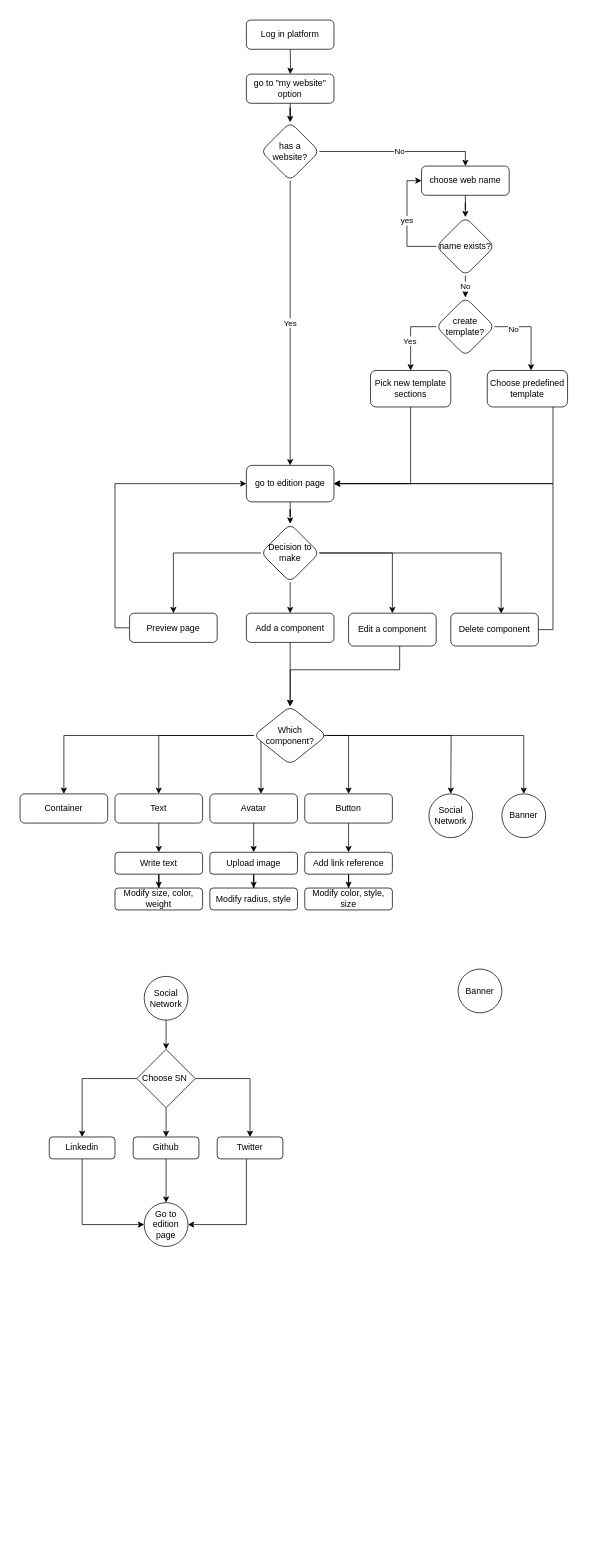
This is components.drawio from richruizv/platzi_master_startup, a draw.io file, before an edit. Source tidied: cells renumbered, new cells numbered last; positions are measured from the earlier drawing's top-left corner, leaving out a move shared by most shapes. Both pictures are drawn from the tidied source at 73%, with x=0, y=0 at pixel (20, 20).
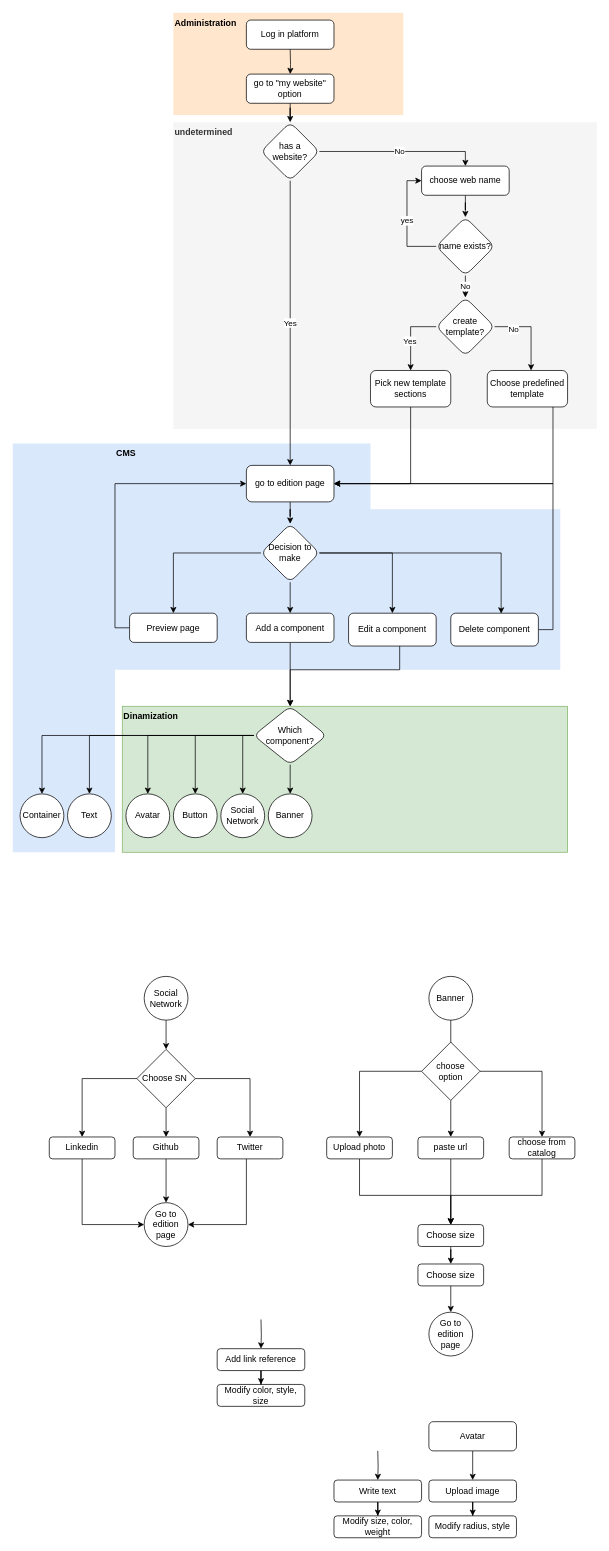
After the change.

The change refers to these unchanged cells:
```xml
<mxCell id="42" value="Which component?" style="rhombus;whiteSpace=wrap;html=1;rounded=1;" parent="1" vertex="1">
  <mxGeometry x="320" y="940" width="100" height="80" as="geometry" />
</mxCell>
```

The edit, as a diff of the source:
```diff
@@
+    <mxCell id="77" value="&lt;b&gt;Dinamization&lt;/b&gt;" style="rounded=0;whiteSpace=wrap;html=1;fillColor=#d5e8d4;strokeColor=#82b366;align=left;verticalAlign=top;" parent="1" vertex="1">
+      <mxGeometry x="140" y="940" width="610" height="200" as="geometry" />
+    </mxCell>
+    <mxCell id="78" style="rounded=0;whiteSpace=wrap;html=1;fillColor=#dae8fc;strokeColor=none;" parent="1" vertex="1">
+      <mxGeometry x="-10" y="580" width="140" height="560" as="geometry" />
+    </mxCell>
+    <mxCell id="79" value="&lt;b&gt;undetermined&lt;/b&gt;" style="rounded=0;whiteSpace=wrap;html=1;fillColor=#f5f5f5;fontColor=#333333;strokeColor=none;align=left;verticalAlign=top;" parent="1" vertex="1">
+      <mxGeometry x="210" y="140" width="580" height="420" as="geometry" />
+    </mxCell>
+    <mxCell id="80" value="&lt;b&gt;Administration&lt;/b&gt;" style="rounded=0;whiteSpace=wrap;html=1;fillColor=#ffe6cc;strokeColor=none;align=left;verticalAlign=top;" parent="1" vertex="1">
+      <mxGeometry x="210" y="-10" width="315" height="140" as="geometry" />
+    </mxCell>
+    <mxCell id="81" style="rounded=0;whiteSpace=wrap;html=1;fillColor=#dae8fc;strokeColor=none;" parent="1" vertex="1">
+      <mxGeometry x="130" y="670" width="610" height="220" as="geometry" />
+    </mxCell>
+    <mxCell id="82" value="&lt;b&gt;CMS&lt;/b&gt;" style="rounded=0;whiteSpace=wrap;html=1;fillColor=#dae8fc;strokeColor=none;align=left;verticalAlign=top;" parent="1" vertex="1">
+      <mxGeometry x="130" y="580" width="350" height="100" as="geometry" />
+    </mxCell>
@@
+    <mxCell id="41" style="edgeStyle=orthogonalEdgeStyle;rounded=0;jettySize=auto;html=1;entryX=0.5;entryY=0;entryDx=0;entryDy=0;endArrow=classic;endFill=1;" parent="1" edge="1" source="42" target="75">
+      <mxGeometry relative="1" as="geometry" />
+    </mxCell>
-    <mxCell id="37" style="edgeStyle=orthogonalEdgeStyle;rounded=0;jettySize=auto;html=1;endArrow=classic;endFill=1;" parent="1" edge="1" source="42" target="47">
+    <mxCell id="37" style="edgeStyle=orthogonalEdgeStyle;rounded=0;jettySize=auto;html=1;exitX=0;exitY=0.5;exitDx=0;exitDy=0;" parent="1" edge="1" source="42" target="47">
       <mxGeometry relative="1" as="geometry" />
     </mxCell>
-    <mxCell id="38" style="edgeStyle=orthogonalEdgeStyle;rounded=0;jettySize=auto;html=1;exitX=1;exitY=0.5;exitDx=0;exitDy=0;endArrow=classic;endFill=1;" parent="1" edge="1" source="42" target="49">
-      <mxGeometry relative="1" as="geometry">
-        <Array as="points">
-          <mxPoint x="330" y="980" />
-        </Array>
-      </mxGeometry>
-    </mxCell>
+    <mxCell id="83" style="edgeStyle=orthogonalEdgeStyle;rounded=0;jettySize=auto;html=1;exitX=0;exitY=0.5;exitDx=0;exitDy=0;" parent="1" edge="1" source="42" target="61">
+      <mxGeometry relative="1" as="geometry">
+        <Array as="points">
+          <mxPoint x="305" y="980" />
+        </Array>
+      </mxGeometry>
+    </mxCell>
-    <mxCell id="39" style="edgeStyle=orthogonalEdgeStyle;rounded=0;jettySize=auto;html=1;exitX=1;exitY=0.5;exitDx=0;exitDy=0;endArrow=classic;endFill=1;" parent="1" edge="1" source="42" target="51">
+    <mxCell id="39" style="edgeStyle=orthogonalEdgeStyle;rounded=0;jettySize=auto;html=1;exitX=0;exitY=0.5;exitDx=0;exitDy=0;entryX=0.5;entryY=0;entryDx=0;entryDy=0;" parent="1" edge="1" source="42" target="51">
       <mxGeometry relative="1" as="geometry" />
     </mxCell>
-    <mxCell id="40" style="edgeStyle=orthogonalEdgeStyle;rounded=0;jettySize=auto;html=1;endArrow=classic;endFill=1;" parent="1" edge="1" source="42">
-      <mxGeometry relative="1" as="geometry">
-        <mxPoint x="590" y="1060" as="targetPoint" />
-      </mxGeometry>
-    </mxCell>
-    <mxCell id="41" style="edgeStyle=orthogonalEdgeStyle;rounded=0;jettySize=auto;html=1;entryX=0.5;entryY=0;entryDx=0;entryDy=0;endArrow=classic;endFill=1;" parent="1" edge="1" source="42" target="75">
-      <mxGeometry relative="1" as="geometry" />
-    </mxCell>
+    <mxCell id="84" style="edgeStyle=orthogonalEdgeStyle;rounded=0;jettySize=auto;html=1;exitX=0;exitY=0.5;exitDx=0;exitDy=0;entryX=0.5;entryY=0;entryDx=0;entryDy=0;" parent="1" edge="1" source="42" target="101">
+      <mxGeometry relative="1" as="geometry" />
+    </mxCell>
@@
-    <mxCell id="45" value="Container" style="whiteSpace=wrap;html=1;rounded=1;" parent="1" vertex="1">
-      <mxGeometry y="1060" width="120" height="40" as="geometry" />
-    </mxCell>
-    <mxCell id="46" style="edgeStyle=orthogonalEdgeStyle;rounded=0;jettySize=auto;html=1;endArrow=classic;endFill=1;" parent="1" edge="1" source="47" target="53">
-      <mxGeometry relative="1" as="geometry" />
+    <mxCell id="46" style="edgeStyle=orthogonalEdgeStyle;rounded=0;jettySize=auto;html=1;endArrow=classic;endFill=1;" parent="1" edge="1" target="53">
+      <mxGeometry relative="1" as="geometry">
+        <mxPoint x="490" y="1960" as="sourcePoint" />
+      </mxGeometry>
     </mxCell>
-    <mxCell id="47" value="Text" style="whiteSpace=wrap;html=1;rounded=1;" parent="1" vertex="1">
-      <mxGeometry x="130" y="1060" width="120" height="40" as="geometry" />
-    </mxCell>
@@
     <mxCell id="49" value="Avatar" style="whiteSpace=wrap;html=1;rounded=1;" parent="1" vertex="1">
-      <mxGeometry x="260" y="1060" width="120" height="40" as="geometry" />
+      <mxGeometry x="560" y="1920" width="120" height="40" as="geometry" />
     </mxCell>
-    <mxCell id="50" style="edgeStyle=orthogonalEdgeStyle;rounded=0;jettySize=auto;html=1;endArrow=classic;endFill=1;" parent="1" edge="1" source="51" target="59">
-      <mxGeometry relative="1" as="geometry" />
+    <mxCell id="50" style="edgeStyle=orthogonalEdgeStyle;rounded=0;jettySize=auto;html=1;endArrow=classic;endFill=1;" parent="1" edge="1" target="59">
+      <mxGeometry relative="1" as="geometry">
+        <mxPoint x="330" y="1780" as="sourcePoint" />
+      </mxGeometry>
     </mxCell>
-    <mxCell id="51" value="Button" style="whiteSpace=wrap;html=1;rounded=1;" parent="1" vertex="1">
-      <mxGeometry x="390" y="1060" width="120" height="40" as="geometry" />
-    </mxCell>
@@
     <mxCell id="53" value="Write text" style="whiteSpace=wrap;html=1;rounded=1;" parent="1" vertex="1">
-      <mxGeometry x="130" y="1140" width="120" height="30" as="geometry" />
+      <mxGeometry x="430" y="2000" width="120" height="30" as="geometry" />
     </mxCell>
     <mxCell id="54" value="Modify size, color, weight" style="whiteSpace=wrap;html=1;rounded=1;" parent="1" vertex="1">
-      <mxGeometry x="130" y="1189" width="120" height="30" as="geometry" />
+      <mxGeometry x="430" y="2049" width="120" height="30" as="geometry" />
     </mxCell>
@@
     <mxCell id="56" value="Upload image" style="whiteSpace=wrap;html=1;rounded=1;" parent="1" vertex="1">
-      <mxGeometry x="260" y="1140" width="120" height="30" as="geometry" />
+      <mxGeometry x="560" y="2000" width="120" height="30" as="geometry" />
     </mxCell>
     <mxCell id="57" value="Modify radius, style" style="whiteSpace=wrap;html=1;rounded=1;" parent="1" vertex="1">
-      <mxGeometry x="260" y="1189" width="120" height="30" as="geometry" />
+      <mxGeometry x="560" y="2049" width="120" height="30" as="geometry" />
     </mxCell>
@@
     <mxCell id="59" value="Add link reference" style="whiteSpace=wrap;html=1;rounded=1;" parent="1" vertex="1">
-      <mxGeometry x="390" y="1140" width="120" height="30" as="geometry" />
+      <mxGeometry x="270" y="1820" width="120" height="30" as="geometry" />
     </mxCell>
     <mxCell id="60" value="Modify color, style, size" style="whiteSpace=wrap;html=1;rounded=1;" parent="1" vertex="1">
-      <mxGeometry x="390" y="1189" width="120" height="30" as="geometry" />
+      <mxGeometry x="270" y="1869" width="120" height="30" as="geometry" />
     </mxCell>
     <mxCell id="61" value="Social Network" style="ellipse;whiteSpace=wrap;html=1;" parent="1" vertex="1">
-      <mxGeometry x="560" y="1060" width="60" height="60" as="geometry" />
+      <mxGeometry x="275" y="1060" width="60" height="60" as="geometry" />
     </mxCell>
@@
     <mxCell id="75" value="Banner" style="ellipse;whiteSpace=wrap;html=1;" parent="1" vertex="1">
-      <mxGeometry x="660" y="1060" width="60" height="60" as="geometry" />
+      <mxGeometry x="340" y="1060" width="60" height="60" as="geometry" />
     </mxCell>
     <mxCell id="76" value="Banner" style="ellipse;whiteSpace=wrap;html=1;" parent="1" vertex="1">
-      <mxGeometry x="600" y="1300" width="60" height="60" as="geometry" />
+      <mxGeometry x="560" y="1310" width="60" height="60" as="geometry" />
     </mxCell>
+    <mxCell id="85" style="endArrow=classic;html=1;rounded=0;exitX=0.5;exitY=1;exitDx=0;exitDy=0;" parent="1" edge="1" source="76">
+      <mxGeometry relative="1" as="geometry">
+        <mxPoint x="590" y="1430" as="targetPoint" />
+      </mxGeometry>
+    </mxCell>
+    <mxCell id="86" style="edgeStyle=orthogonalEdgeStyle;rounded=0;jettySize=auto;html=1;exitX=0;exitY=0.5;exitDx=0;exitDy=0;entryX=0.5;entryY=0;entryDx=0;entryDy=0;" parent="1" edge="1" source="89" target="91">
+      <mxGeometry relative="1" as="geometry" />
+    </mxCell>
+    <mxCell id="87" style="edgeStyle=orthogonalEdgeStyle;rounded=0;jettySize=auto;html=1;exitX=0.5;exitY=1;exitDx=0;exitDy=0;entryX=0.5;entryY=0;entryDx=0;entryDy=0;" parent="1" edge="1" source="89" target="93">
+      <mxGeometry relative="1" as="geometry" />
+    </mxCell>
+    <mxCell id="88" style="edgeStyle=orthogonalEdgeStyle;rounded=0;jettySize=auto;html=1;exitX=1;exitY=0.5;exitDx=0;exitDy=0;" parent="1" edge="1" source="89" target="95">
+      <mxGeometry relative="1" as="geometry" />
+    </mxCell>
+    <mxCell id="89" value="choose &lt;br&gt;option" style="rhombus;whiteSpace=wrap;html=1;" parent="1" vertex="1">
+      <mxGeometry x="550" y="1400" width="80" height="80" as="geometry" />
+    </mxCell>
+    <mxCell id="90" style="edgeStyle=orthogonalEdgeStyle;rounded=0;jettySize=auto;html=1;exitX=0.5;exitY=1;exitDx=0;exitDy=0;" parent="1" edge="1" source="91">
+      <mxGeometry relative="1" as="geometry">
+        <mxPoint x="590" y="1650" as="targetPoint" />
+        <Array as="points">
+          <mxPoint x="465" y="1610" />
+          <mxPoint x="590" y="1610" />
+        </Array>
+      </mxGeometry>
+    </mxCell>
+    <mxCell id="91" value="Upload photo" style="whiteSpace=wrap;html=1;rounded=1;" parent="1" vertex="1">
+      <mxGeometry x="420" y="1530" width="90" height="30" as="geometry" />
+    </mxCell>
+    <mxCell id="92" style="edgeStyle=orthogonalEdgeStyle;rounded=0;jettySize=auto;html=1;exitX=0.5;exitY=1;exitDx=0;exitDy=0;" parent="1" edge="1" source="93" target="97">
+      <mxGeometry relative="1" as="geometry" />
+    </mxCell>
+    <mxCell id="93" value="paste url" style="whiteSpace=wrap;html=1;rounded=1;" parent="1" vertex="1">
+      <mxGeometry x="545" y="1530" width="90" height="30" as="geometry" />
+    </mxCell>
+    <mxCell id="94" style="edgeStyle=orthogonalEdgeStyle;rounded=0;jettySize=auto;html=1;entryX=0.5;entryY=0;entryDx=0;entryDy=0;" parent="1" edge="1" source="95" target="97">
+      <mxGeometry relative="1" as="geometry">
+        <Array as="points">
+          <mxPoint x="715" y="1610" />
+          <mxPoint x="590" y="1610" />
+        </Array>
+      </mxGeometry>
+    </mxCell>
+    <mxCell id="95" value="choose from catalog" style="whiteSpace=wrap;html=1;rounded=1;" parent="1" vertex="1">
+      <mxGeometry x="670" y="1530" width="90" height="30" as="geometry" />
+    </mxCell>
+    <mxCell id="96" style="edgeStyle=orthogonalEdgeStyle;rounded=0;jettySize=auto;html=1;exitX=0.5;exitY=1;exitDx=0;exitDy=0;" parent="1" edge="1" source="97" target="99">
+      <mxGeometry relative="1" as="geometry" />
+    </mxCell>
+    <mxCell id="97" value="Choose size" style="whiteSpace=wrap;html=1;rounded=1;" parent="1" vertex="1">
+      <mxGeometry x="545" y="1650" width="90" height="30" as="geometry" />
+    </mxCell>
+    <mxCell id="98" style="edgeStyle=orthogonalEdgeStyle;rounded=0;jettySize=auto;html=1;exitX=0.5;exitY=1;exitDx=0;exitDy=0;entryX=0.5;entryY=0;entryDx=0;entryDy=0;" parent="1" edge="1" source="99" target="100">
+      <mxGeometry relative="1" as="geometry" />
+    </mxCell>
+    <mxCell id="99" value="Choose size" style="whiteSpace=wrap;html=1;rounded=1;" parent="1" vertex="1">
+      <mxGeometry x="545" y="1704" width="90" height="30" as="geometry" />
+    </mxCell>
+    <mxCell id="100" value="Go to edition page" style="ellipse;whiteSpace=wrap;html=1;" parent="1" vertex="1">
+      <mxGeometry x="560" y="1770" width="60" height="60" as="geometry" />
+    </mxCell>
+    <mxCell id="101" value="Avatar" style="ellipse;whiteSpace=wrap;html=1;" parent="1" vertex="1">
+      <mxGeometry x="145" y="1060" width="60" height="60" as="geometry" />
+    </mxCell>
+    <mxCell id="45" value="Container" style="ellipse;whiteSpace=wrap;html=1;" parent="1" vertex="1">
+      <mxGeometry y="1060" width="60" height="60" as="geometry" />
+    </mxCell>
+    <mxCell id="47" value="Text" style="ellipse;whiteSpace=wrap;html=1;" parent="1" vertex="1">
+      <mxGeometry x="65" y="1060" width="60" height="60" as="geometry" />
+    </mxCell>
+    <mxCell id="51" value="Button" style="ellipse;whiteSpace=wrap;html=1;" parent="1" vertex="1">
+      <mxGeometry x="210" y="1060" width="60" height="60" as="geometry" />
+    </mxCell>
```
